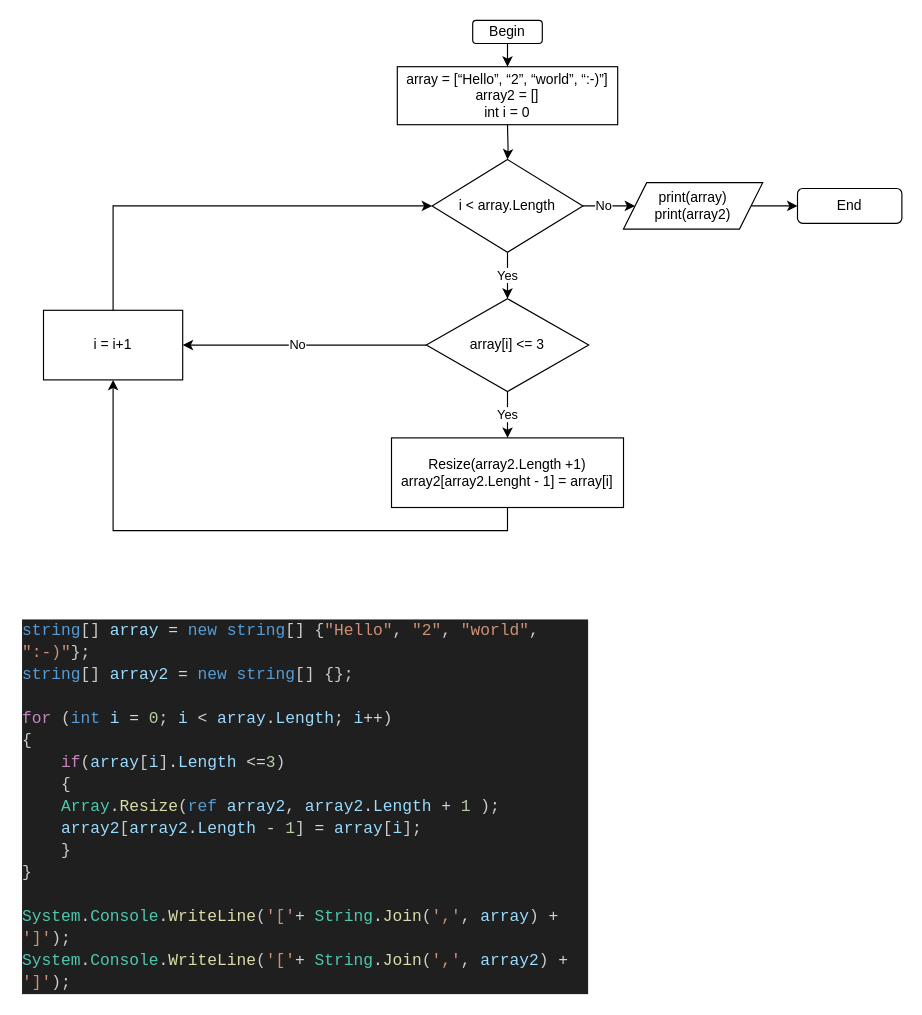
The draw.io diagram final_HW.drawio in EvgheniAdvahov/1st_final_HW, before the edit. Source tidied: cells renumbered, new cells numbered last; positions are measured from the earlier drawing's top-left corner, leaving out a move shared by most shapes. Both pictures are drawn from the tidied source at 116%, with x=0, y=0 at pixel (20, 20).
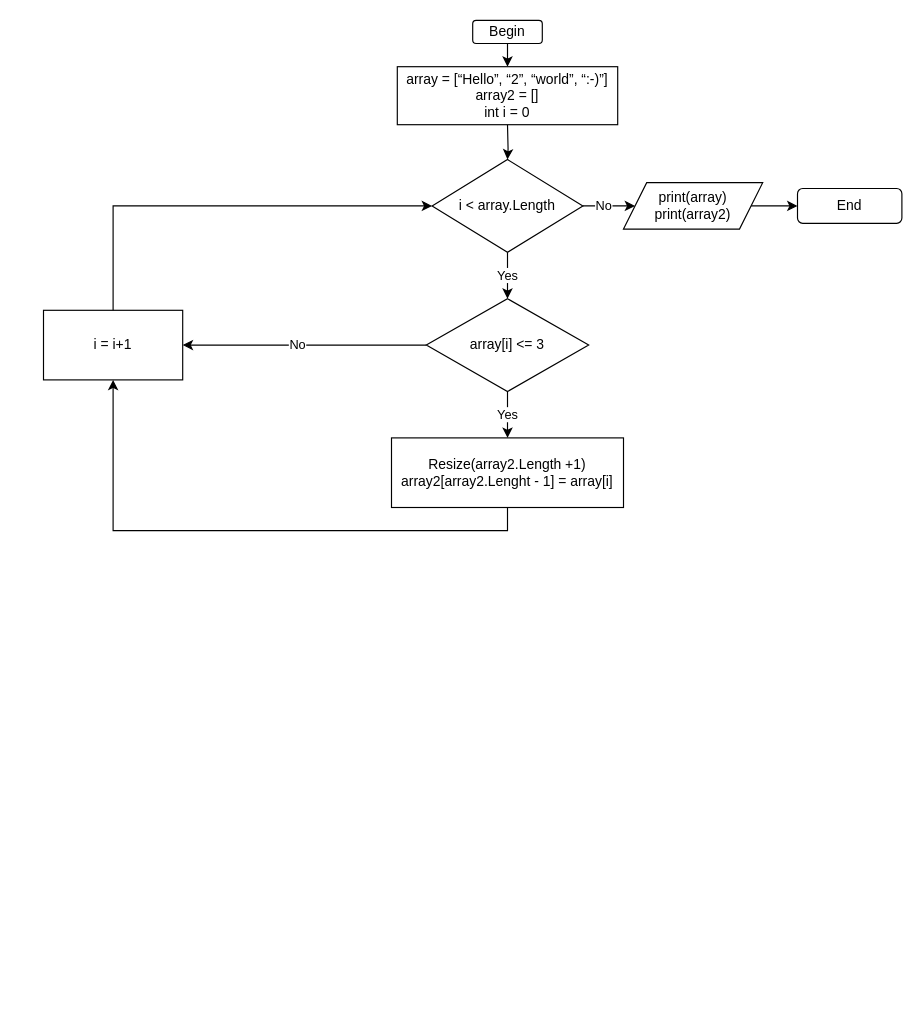
After the change.

Commit message:
Block Shceme has been modified

Change to the diagram source:
```diff
@@
-    <mxCell id="4" value="&lt;div style=&quot;color: rgb(204, 204, 204); background-color: rgb(31, 31, 31); font-family: Consolas, &amp;quot;Courier New&amp;quot;, monospace; font-weight: normal; font-size: 14px; line-height: 19px;&quot;&gt;&lt;div&gt;&lt;span style=&quot;color: #569cd6;&quot;&gt;string&lt;/span&gt;&lt;span style=&quot;color: #cccccc;&quot;&gt;[] &lt;/span&gt;&lt;span style=&quot;color: #9cdcfe;&quot;&gt;array&lt;/span&gt;&lt;span style=&quot;color: #cccccc;&quot;&gt; &lt;/span&gt;&lt;span style=&quot;color: #d4d4d4;&quot;&gt;=&lt;/span&gt;&lt;span style=&quot;color: #cccccc;&quot;&gt; &lt;/span&gt;&lt;span style=&quot;color: #569cd6;&quot;&gt;new&lt;/span&gt;&lt;span style=&quot;color: #cccccc;&quot;&gt; &lt;/span&gt;&lt;span style=&quot;color: #569cd6;&quot;&gt;string&lt;/span&gt;&lt;span style=&quot;color: #cccccc;&quot;&gt;[] {&lt;/span&gt;&lt;span style=&quot;color: #ce9178;&quot;&gt;&quot;Hello&quot;&lt;/span&gt;&lt;span style=&quot;color: #cccccc;&quot;&gt;, &lt;/span&gt;&lt;span style=&quot;color: #ce9178;&quot;&gt;&quot;2&quot;&lt;/span&gt;&lt;span style=&quot;color: #cccccc;&quot;&gt;, &lt;/span&gt;&lt;span style=&quot;color: #ce9178;&quot;&gt;&quot;world&quot;&lt;/span&gt;&lt;span style=&quot;color: #cccccc;&quot;&gt;, &lt;/span&gt;&lt;span style=&quot;color: #ce9178;&quot;&gt;&quot;:-)&quot;&lt;/span&gt;&lt;span style=&quot;color: #cccccc;&quot;&gt;};&lt;/span&gt;&lt;/div&gt;&lt;div&gt;&lt;span style=&quot;color: #569cd6;&quot;&gt;string&lt;/span&gt;&lt;span style=&quot;color: #cccccc;&quot;&gt;[] &lt;/span&gt;&lt;span style=&quot;color: #9cdcfe;&quot;&gt;array2&lt;/span&gt;&lt;span style=&quot;color: #cccccc;&quot;&gt; &lt;/span&gt;&lt;span style=&quot;color: #d4d4d4;&quot;&gt;=&lt;/span&gt;&lt;span style=&quot;color: #cccccc;&quot;&gt; &lt;/span&gt;&lt;span style=&quot;color: #569cd6;&quot;&gt;new&lt;/span&gt;&lt;span style=&quot;color: #cccccc;&quot;&gt; &lt;/span&gt;&lt;span style=&quot;color: #569cd6;&quot;&gt;string&lt;/span&gt;&lt;span style=&quot;color: #cccccc;&quot;&gt;[] {};&lt;/span&gt;&lt;/div&gt;&lt;br&gt;&lt;div&gt;&lt;span style=&quot;color: #c586c0;&quot;&gt;for&lt;/span&gt;&lt;span style=&quot;color: #cccccc;&quot;&gt; (&lt;/span&gt;&lt;span style=&quot;color: #569cd6;&quot;&gt;int&lt;/span&gt;&lt;span style=&quot;color: #cccccc;&quot;&gt; &lt;/span&gt;&lt;span style=&quot;color: #9cdcfe;&quot;&gt;i&lt;/span&gt;&lt;span style=&quot;color: #cccccc;&quot;&gt; &lt;/span&gt;&lt;span style=&quot;color: #d4d4d4;&quot;&gt;=&lt;/span&gt;&lt;span style=&quot;color: #cccccc;&quot;&gt; &lt;/span&gt;&lt;span style=&quot;color: #b5cea8;&quot;&gt;0&lt;/span&gt;&lt;span style=&quot;color: #cccccc;&quot;&gt;; &lt;/span&gt;&lt;span style=&quot;color: #9cdcfe;&quot;&gt;i&lt;/span&gt;&lt;span style=&quot;color: #cccccc;&quot;&gt; &lt;/span&gt;&lt;span style=&quot;color: #d4d4d4;&quot;&gt;&amp;lt;&lt;/span&gt;&lt;span style=&quot;color: #cccccc;&quot;&gt; &lt;/span&gt;&lt;span style=&quot;color: #9cdcfe;&quot;&gt;array&lt;/span&gt;&lt;span style=&quot;color: #d4d4d4;&quot;&gt;.&lt;/span&gt;&lt;span style=&quot;color: #9cdcfe;&quot;&gt;Length&lt;/span&gt;&lt;span style=&quot;color: #cccccc;&quot;&gt;; &lt;/span&gt;&lt;span style=&quot;color: #9cdcfe;&quot;&gt;i&lt;/span&gt;&lt;span style=&quot;color: #d4d4d4;&quot;&gt;++&lt;/span&gt;&lt;span style=&quot;color: #cccccc;&quot;&gt;)&lt;/span&gt;&lt;/div&gt;&lt;div&gt;&lt;span style=&quot;color: #cccccc;&quot;&gt;{ &amp;nbsp; &lt;/span&gt;&lt;/div&gt;&lt;div&gt;&lt;span style=&quot;color: #cccccc;&quot;&gt;&amp;nbsp; &amp;nbsp; &lt;/span&gt;&lt;span style=&quot;color: #c586c0;&quot;&gt;if&lt;/span&gt;&lt;span style=&quot;color: #cccccc;&quot;&gt;(&lt;/span&gt;&lt;span style=&quot;color: #9cdcfe;&quot;&gt;array&lt;/span&gt;&lt;span style=&quot;color: #cccccc;&quot;&gt;[&lt;/span&gt;&lt;span style=&quot;color: #9cdcfe;&quot;&gt;i&lt;/span&gt;&lt;span style=&quot;color: #cccccc;&quot;&gt;]&lt;/span&gt;&lt;span style=&quot;color: #d4d4d4;&quot;&gt;.&lt;/span&gt;&lt;span style=&quot;color: #9cdcfe;&quot;&gt;Length&lt;/span&gt;&lt;span style=&quot;color: #cccccc;&quot;&gt; &lt;/span&gt;&lt;span style=&quot;color: #d4d4d4;&quot;&gt;&amp;lt;=&lt;/span&gt;&lt;span style=&quot;color: #b5cea8;&quot;&gt;3&lt;/span&gt;&lt;span style=&quot;color: #cccccc;&quot;&gt;)&lt;/span&gt;&lt;/div&gt;&lt;div&gt;&lt;span style=&quot;color: #cccccc;&quot;&gt;&amp;nbsp; &amp;nbsp; {&lt;/span&gt;&lt;/div&gt;&lt;div&gt;&lt;span style=&quot;color: #cccccc;&quot;&gt;&amp;nbsp; &amp;nbsp; &lt;/span&gt;&lt;span style=&quot;color: #4ec9b0;&quot;&gt;Array&lt;/span&gt;&lt;span style=&quot;color: #d4d4d4;&quot;&gt;.&lt;/span&gt;&lt;span style=&quot;color: #dcdcaa;&quot;&gt;Resize&lt;/span&gt;&lt;span style=&quot;color: #cccccc;&quot;&gt;(&lt;/span&gt;&lt;span style=&quot;color: #569cd6;&quot;&gt;ref&lt;/span&gt;&lt;span style=&quot;color: #cccccc;&quot;&gt; &lt;/span&gt;&lt;span style=&quot;color: #9cdcfe;&quot;&gt;array2&lt;/span&gt;&lt;span style=&quot;color: #cccccc;&quot;&gt;, &lt;/span&gt;&lt;span style=&quot;color: #9cdcfe;&quot;&gt;array2&lt;/span&gt;&lt;span style=&quot;color: #d4d4d4;&quot;&gt;.&lt;/span&gt;&lt;span style=&quot;color: #9cdcfe;&quot;&gt;Length&lt;/span&gt;&lt;span style=&quot;color: #cccccc;&quot;&gt; &lt;/span&gt;&lt;span style=&quot;color: #d4d4d4;&quot;&gt;+&lt;/span&gt;&lt;span style=&quot;color: #cccccc;&quot;&gt; &lt;/span&gt;&lt;span style=&quot;color: #b5cea8;&quot;&gt;1&lt;/span&gt;&lt;span style=&quot;color: #cccccc;&quot;&gt; );&lt;/span&gt;&lt;/div&gt;&lt;div&gt;&lt;span style=&quot;color: #cccccc;&quot;&gt;&amp;nbsp; &amp;nbsp; &lt;/span&gt;&lt;span style=&quot;color: #9cdcfe;&quot;&gt;array2&lt;/span&gt;&lt;span style=&quot;color: #cccccc;&quot;&gt;[&lt;/span&gt;&lt;span style=&quot;color: #9cdcfe;&quot;&gt;array2&lt;/span&gt;&lt;span style=&quot;color: #d4d4d4;&quot;&gt;.&lt;/span&gt;&lt;span style=&quot;color: #9cdcfe;&quot;&gt;Length&lt;/span&gt;&lt;span style=&quot;color: #cccccc;&quot;&gt; &lt;/span&gt;&lt;span style=&quot;color: #d4d4d4;&quot;&gt;-&lt;/span&gt;&lt;span style=&quot;color: #cccccc;&quot;&gt; &lt;/span&gt;&lt;span style=&quot;color: #b5cea8;&quot;&gt;1&lt;/span&gt;&lt;span style=&quot;color: #cccccc;&quot;&gt;] &lt;/span&gt;&lt;span style=&quot;color: #d4d4d4;&quot;&gt;=&lt;/span&gt;&lt;span style=&quot;color: #cccccc;&quot;&gt; &lt;/span&gt;&lt;span style=&quot;color: #9cdcfe;&quot;&gt;array&lt;/span&gt;&lt;span style=&quot;color: #cccccc;&quot;&gt;[&lt;/span&gt;&lt;span style=&quot;color: #9cdcfe;&quot;&gt;i&lt;/span&gt;&lt;span style=&quot;color: #cccccc;&quot;&gt;];&lt;/span&gt;&lt;/div&gt;&lt;div&gt;&lt;span style=&quot;color: #cccccc;&quot;&gt;&amp;nbsp; &amp;nbsp; }&lt;/span&gt;&lt;/div&gt;&lt;div&gt;&lt;span style=&quot;color: #cccccc;&quot;&gt;}&lt;/span&gt;&lt;/div&gt;&lt;br&gt;&lt;div&gt;&lt;span style=&quot;color: #4ec9b0;&quot;&gt;System&lt;/span&gt;&lt;span style=&quot;color: #d4d4d4;&quot;&gt;.&lt;/span&gt;&lt;span style=&quot;color: #4ec9b0;&quot;&gt;Console&lt;/span&gt;&lt;span style=&quot;color: #d4d4d4;&quot;&gt;.&lt;/span&gt;&lt;span style=&quot;color: #dcdcaa;&quot;&gt;WriteLine&lt;/span&gt;&lt;span style=&quot;color: #cccccc;&quot;&gt;(&lt;/span&gt;&lt;span style=&quot;color: #ce9178;&quot;&gt;'['&lt;/span&gt;&lt;span style=&quot;color: #d4d4d4;&quot;&gt;+&lt;/span&gt;&lt;span style=&quot;color: #cccccc;&quot;&gt; &lt;/span&gt;&lt;span style=&quot;color: #4ec9b0;&quot;&gt;String&lt;/span&gt;&lt;span style=&quot;color: #d4d4d4;&quot;&gt;.&lt;/span&gt;&lt;span style=&quot;color: #dcdcaa;&quot;&gt;Join&lt;/span&gt;&lt;span style=&quot;color: #cccccc;&quot;&gt;(&lt;/span&gt;&lt;span style=&quot;color: #ce9178;&quot;&gt;','&lt;/span&gt;&lt;span style=&quot;color: #cccccc;&quot;&gt;, &lt;/span&gt;&lt;span style=&quot;color: #9cdcfe;&quot;&gt;array&lt;/span&gt;&lt;span style=&quot;color: #cccccc;&quot;&gt;) &lt;/span&gt;&lt;span style=&quot;color: #d4d4d4;&quot;&gt;+&lt;/span&gt;&lt;span style=&quot;color: #cccccc;&quot;&gt; &lt;/span&gt;&lt;span style=&quot;color: #ce9178;&quot;&gt;']'&lt;/span&gt;&lt;span style=&quot;color: #cccccc;&quot;&gt;);&lt;/span&gt;&lt;/div&gt;&lt;div&gt;&lt;span style=&quot;color: #4ec9b0;&quot;&gt;System&lt;/span&gt;&lt;span style=&quot;color: #d4d4d4;&quot;&gt;.&lt;/span&gt;&lt;span style=&quot;color: #4ec9b0;&quot;&gt;Console&lt;/span&gt;&lt;span style=&quot;color: #d4d4d4;&quot;&gt;.&lt;/span&gt;&lt;span style=&quot;color: #dcdcaa;&quot;&gt;WriteLine&lt;/span&gt;&lt;span style=&quot;color: #cccccc;&quot;&gt;(&lt;/span&gt;&lt;span style=&quot;color: #ce9178;&quot;&gt;'['&lt;/span&gt;&lt;span style=&quot;color: #d4d4d4;&quot;&gt;+&lt;/span&gt;&lt;span style=&quot;color: #cccccc;&quot;&gt; &lt;/span&gt;&lt;span style=&quot;color: #4ec9b0;&quot;&gt;String&lt;/span&gt;&lt;span style=&quot;color: #d4d4d4;&quot;&gt;.&lt;/span&gt;&lt;span style=&quot;color: #dcdcaa;&quot;&gt;Join&lt;/span&gt;&lt;span style=&quot;color: #cccccc;&quot;&gt;(&lt;/span&gt;&lt;span style=&quot;color: #ce9178;&quot;&gt;','&lt;/span&gt;&lt;span style=&quot;color: #cccccc;&quot;&gt;, &lt;/span&gt;&lt;span style=&quot;color: #9cdcfe;&quot;&gt;array2&lt;/span&gt;&lt;span style=&quot;color: #cccccc;&quot;&gt;) &lt;/span&gt;&lt;span style=&quot;color: #d4d4d4;&quot;&gt;+&lt;/span&gt;&lt;span style=&quot;color: #cccccc;&quot;&gt; &lt;/span&gt;&lt;span style=&quot;color: #ce9178;&quot;&gt;']'&lt;/span&gt;&lt;span style=&quot;color: #cccccc;&quot;&gt;);&lt;/span&gt;&lt;/div&gt;&lt;/div&gt;" style="text;whiteSpace=wrap;html=1;" parent="1" vertex="1">
-      <mxGeometry y="510" width="490" height="270" as="geometry" />
-    </mxCell>
```
